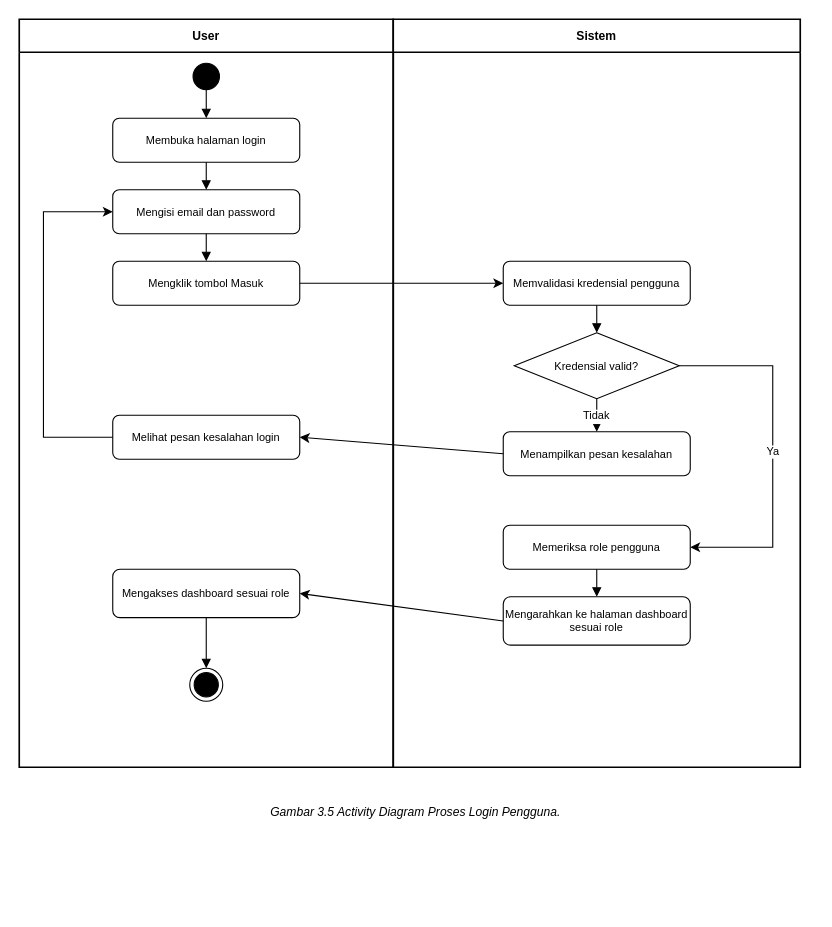
evelleura/shi-dashboard keeps this draw.io diagram as diagram/ai/Activity/AD_LOGIN.drawio. Above is the earlier version. Source tidied: cells renumbered, new cells numbered last; positions are measured from the earlier drawing's top-left corner, leaving out a move shared by most shapes. Both pictures are drawn from the tidied source at 110%, with x=0, y=0 at pixel (19, 19).
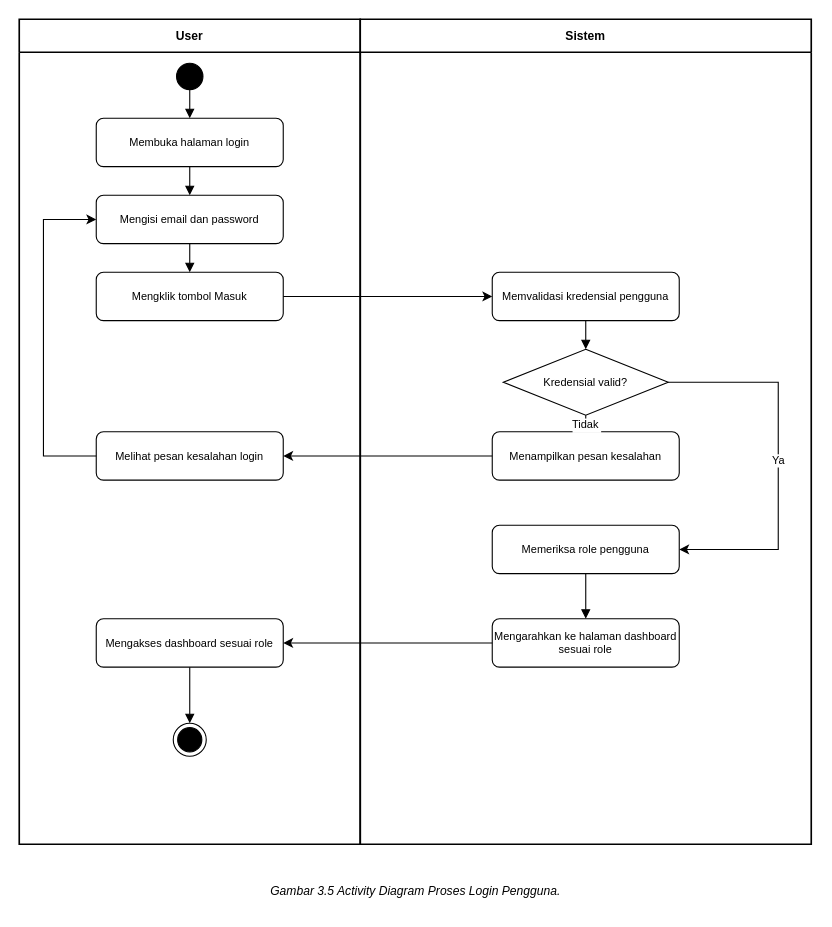
The same page after the edit.

Change to the diagram source:
```diff
@@
     <mxCell id="2" value="User" style="swimlane;startSize=30;fillColor=#FFFFFF;strokeColor=#000000;strokeWidth=1.5;fontSize=11;fontStyle=1;fontColor=#000000;" parent="1" vertex="1">
-      <mxGeometry width="340" height="680" as="geometry" />
+      <mxGeometry width="310" height="750" as="geometry" />
     </mxCell>
-    <mxCell id="3" style="ellipse;fillColor=#000000;strokeColor=#000000;strokeWidth=1;" parent="2" vertex="1">
-      <mxGeometry x="158" y="40" width="24" height="24" as="geometry" />
-    </mxCell>
+    <mxCell id="29" style="ellipse;fillColor=#000000;strokeColor=#000000;strokeWidth=1;" parent="2" vertex="1">
+      <mxGeometry x="143" y="40" width="24" height="24" as="geometry" />
+    </mxCell>
     <mxCell id="4" value="Membuka halaman login" style="rounded=1;whiteSpace=wrap;html=1;fillColor=#FFFFFF;strokeColor=#000000;strokeWidth=1;fontSize=10;fontColor=#000000;" parent="2" vertex="1">
-      <mxGeometry x="85" y="90" width="170" height="40" as="geometry" />
+      <mxGeometry x="70" y="90" width="170" height="44" as="geometry" />
     </mxCell>
     <mxCell id="5" value="Mengisi email dan password" style="rounded=1;whiteSpace=wrap;html=1;fillColor=#FFFFFF;strokeColor=#000000;strokeWidth=1;fontSize=10;fontColor=#000000;" parent="2" vertex="1">
-      <mxGeometry x="85" y="155" width="170" height="40" as="geometry" />
+      <mxGeometry x="70" y="160" width="170" height="44" as="geometry" />
     </mxCell>
     <mxCell id="6" value="Mengklik tombol Masuk" style="rounded=1;whiteSpace=wrap;html=1;fillColor=#FFFFFF;strokeColor=#000000;strokeWidth=1;fontSize=10;fontColor=#000000;" parent="2" vertex="1">
-      <mxGeometry x="85" y="220" width="170" height="40" as="geometry" />
+      <mxGeometry x="70" y="230" width="170" height="44" as="geometry" />
     </mxCell>
     <mxCell id="7" value="Melihat pesan kesalahan login" style="rounded=1;whiteSpace=wrap;html=1;fillColor=#FFFFFF;strokeColor=#000000;strokeWidth=1;fontSize=10;fontColor=#000000;" parent="2" vertex="1">
-      <mxGeometry x="85" y="360" width="170" height="40" as="geometry" />
+      <mxGeometry x="70" y="375" width="170" height="44" as="geometry" />
     </mxCell>
     <mxCell id="8" value="Mengakses dashboard sesuai role" style="rounded=1;whiteSpace=wrap;html=1;fillColor=#FFFFFF;strokeColor=#000000;strokeWidth=1;fontSize=10;fontColor=#000000;" parent="2" vertex="1">
-      <mxGeometry x="85" y="500" width="170" height="44" as="geometry" />
+      <mxGeometry x="70" y="545" width="170" height="44" as="geometry" />
     </mxCell>
-    <mxCell id="9" style="ellipse;html=1;shape=endState;fillColor=strokeColor;" parent="2" vertex="1">
-      <mxGeometry x="155" y="590" width="30" height="30" as="geometry" />
-    </mxCell>
+    <mxCell id="30" style="ellipse;html=1;shape=endState;fillColor=strokeColor;" parent="2" vertex="1">
+      <mxGeometry x="140" y="640" width="30" height="30" as="geometry" />
+    </mxCell>
     <mxCell id="10" value="Sistem" style="swimlane;startSize=30;fillColor=#FFFFFF;strokeColor=#000000;strokeWidth=1.5;fontSize=11;fontStyle=1;fontColor=#000000;" parent="1" vertex="1">
-      <mxGeometry x="340" width="370" height="680" as="geometry" />
+      <mxGeometry x="310" width="410" height="750" as="geometry" />
     </mxCell>
     <mxCell id="11" value="Memvalidasi kredensial pengguna" style="rounded=1;whiteSpace=wrap;html=1;fillColor=#FFFFFF;strokeColor=#000000;strokeWidth=1;fontSize=10;fontColor=#000000;" parent="10" vertex="1">
-      <mxGeometry x="100" y="220" width="170" height="40" as="geometry" />
+      <mxGeometry x="120" y="230" width="170" height="44" as="geometry" />
     </mxCell>
     <mxCell id="12" value="Kredensial valid?" style="rhombus;whiteSpace=wrap;html=1;fillColor=#FFFFFF;strokeColor=#000000;strokeWidth=1;fontSize=10;fontColor=#000000;" parent="10" vertex="1">
-      <mxGeometry x="110" y="285" width="150" height="60" as="geometry" />
+      <mxGeometry x="130" y="300" width="150" height="60" as="geometry" />
     </mxCell>
     <mxCell id="13" value="Menampilkan pesan kesalahan" style="rounded=1;whiteSpace=wrap;html=1;fillColor=#FFFFFF;strokeColor=#000000;strokeWidth=1;fontSize=10;fontColor=#000000;" parent="10" vertex="1">
-      <mxGeometry x="100" y="375" width="170" height="40" as="geometry" />
+      <mxGeometry x="120" y="375" width="170" height="44" as="geometry" />
     </mxCell>
     <mxCell id="14" value="Memeriksa role pengguna" style="rounded=1;whiteSpace=wrap;html=1;fillColor=#FFFFFF;strokeColor=#000000;strokeWidth=1;fontSize=10;fontColor=#000000;" parent="10" vertex="1">
-      <mxGeometry x="100" y="460" width="170" height="40" as="geometry" />
+      <mxGeometry x="120" y="460" width="170" height="44" as="geometry" />
     </mxCell>
     <mxCell id="15" value="Mengarahkan ke halaman dashboard sesuai role" style="rounded=1;whiteSpace=wrap;html=1;fillColor=#FFFFFF;strokeColor=#000000;strokeWidth=1;fontSize=10;fontColor=#000000;" parent="10" vertex="1">
-      <mxGeometry x="100" y="525" width="170" height="44" as="geometry" />
+      <mxGeometry x="120" y="545" width="170" height="44" as="geometry" />
     </mxCell>
-    <mxCell id="16" style="endArrow=block;endFill=1;strokeColor=#000000;strokeWidth=1;exitX=0.5;exitY=1;exitDx=0;exitDy=0;entryX=0.5;entryY=0;entryDx=0;entryDy=0;" parent="2" edge="1" source="3" target="4">
+    <mxCell id="16" style="endArrow=block;endFill=1;strokeColor=#000000;strokeWidth=1;exitX=0.5;exitY=1;entryX=0.5;entryY=0;" parent="2" edge="1" source="29" target="4">
       <mxGeometry relative="1" as="geometry" />
     </mxCell>
-    <mxCell id="17" style="endArrow=block;endFill=1;strokeColor=#000000;strokeWidth=1;exitX=0.5;exitY=1;exitDx=0;exitDy=0;entryX=0.5;entryY=0;entryDx=0;entryDy=0;" parent="2" edge="1" source="4" target="5">
+    <mxCell id="17" style="endArrow=block;endFill=1;strokeColor=#000000;strokeWidth=1;exitX=0.5;exitY=1;entryX=0.5;entryY=0;" parent="2" edge="1" source="4" target="5">
       <mxGeometry relative="1" as="geometry" />
     </mxCell>
-    <mxCell id="18" style="endArrow=block;endFill=1;strokeColor=#000000;strokeWidth=1;exitX=0.5;exitY=1;exitDx=0;exitDy=0;entryX=0.5;entryY=0;entryDx=0;entryDy=0;" parent="2" edge="1" source="5" target="6">
+    <mxCell id="18" style="endArrow=block;endFill=1;strokeColor=#000000;strokeWidth=1;exitX=0.5;exitY=1;entryX=0.5;entryY=0;" parent="2" edge="1" source="5" target="6">
       <mxGeometry relative="1" as="geometry" />
     </mxCell>
-    <mxCell id="19" style="endArrow=classic;html=1;rounded=0;strokeColor=#000000;strokeWidth=1;exitX=0;exitY=0.5;exitDx=0;exitDy=0;entryX=0;entryY=0.5;entryDx=0;entryDy=0;" parent="2" edge="1" source="7" target="5">
+    <mxCell id="19" style="endArrow=classic;html=1;rounded=0;strokeColor=#000000;strokeWidth=1;exitX=0;exitY=0.5;entryX=0;entryY=0.5;" parent="2" edge="1" source="7" target="5">
       <mxGeometry relative="1" as="geometry">
         <Array as="points">
-          <mxPoint x="22" y="380" />
-          <mxPoint x="22" y="175" />
+          <mxPoint x="22" y="397" />
+          <mxPoint x="22" y="182" />
         </Array>
       </mxGeometry>
     </mxCell>
-    <mxCell id="20" style="endArrow=block;endFill=1;strokeColor=#000000;strokeWidth=1;exitX=0.5;exitY=1;exitDx=0;exitDy=0;entryX=0.5;entryY=0;entryDx=0;entryDy=0;" parent="2" edge="1" source="8" target="9">
+    <mxCell id="20" style="endArrow=block;endFill=1;strokeColor=#000000;strokeWidth=1;exitX=0.5;exitY=1;entryX=0.5;entryY=0;" parent="2" edge="1" source="8" target="30">
       <mxGeometry relative="1" as="geometry" />
     </mxCell>
-    <mxCell id="21" style="endArrow=block;endFill=1;strokeColor=#000000;strokeWidth=1;exitX=0.5;exitY=1;exitDx=0;exitDy=0;entryX=0.5;entryY=0;entryDx=0;entryDy=0;" parent="10" edge="1" source="11" target="12">
+    <mxCell id="21" style="endArrow=block;endFill=1;strokeColor=#000000;strokeWidth=1;exitX=0.5;exitY=1;entryX=0.5;entryY=0;" parent="10" edge="1" source="11" target="12">
       <mxGeometry relative="1" as="geometry" />
     </mxCell>
-    <mxCell id="22" value="Tidak" style="endArrow=block;endFill=1;strokeColor=#000000;strokeWidth=1;fontSize=10;fontColor=#000000;exitX=0.5;exitY=1;exitDx=0;exitDy=0;entryX=0.5;entryY=0;entryDx=0;entryDy=0;" parent="10" edge="1" source="12" target="13">
+    <mxCell id="22" value="Tidak" style="endArrow=block;endFill=1;strokeColor=#000000;strokeWidth=1;fontSize=10;fontColor=#000000;exitX=0.5;exitY=1;entryX=0.5;entryY=0;" parent="10" edge="1" source="12" target="13">
       <mxGeometry relative="1" as="geometry" />
     </mxCell>
-    <mxCell id="23" value="Ya" style="endArrow=classic;html=1;rounded=0;strokeColor=#000000;strokeWidth=1;fontSize=10;fontColor=#000000;exitX=1;exitY=0.5;exitDx=0;exitDy=0;entryX=1;entryY=0.5;entryDx=0;entryDy=0;" parent="10" edge="1" source="12" target="14">
+    <mxCell id="23" value="Ya" style="endArrow=classic;html=1;rounded=0;strokeColor=#000000;strokeWidth=1;fontSize=10;fontColor=#000000;exitX=1;exitY=0.5;entryX=1;entryY=0.5;" parent="10" edge="1" source="12" target="14">
       <mxGeometry relative="1" as="geometry">
         <Array as="points">
-          <mxPoint x="345" y="315" />
-          <mxPoint x="345" y="480" />
+          <mxPoint x="380" y="330" />
+          <mxPoint x="380" y="482" />
         </Array>
       </mxGeometry>
     </mxCell>
-    <mxCell id="24" style="endArrow=block;endFill=1;strokeColor=#000000;strokeWidth=1;exitX=0.5;exitY=1;exitDx=0;exitDy=0;entryX=0.5;entryY=0;entryDx=0;entryDy=0;" parent="10" edge="1" source="14" target="15">
+    <mxCell id="24" style="endArrow=block;endFill=1;strokeColor=#000000;strokeWidth=1;exitX=0.5;exitY=1;entryX=0.5;entryY=0;" parent="10" edge="1" source="14" target="15">
       <mxGeometry relative="1" as="geometry" />
     </mxCell>
-    <mxCell id="25" style="endArrow=classic;html=1;rounded=0;strokeColor=#000000;strokeWidth=1;exitX=1;exitY=0.5;exitDx=0;exitDy=0;entryX=0;entryY=0.5;entryDx=0;entryDy=0;" parent="1" edge="1" source="6" target="11">
+    <mxCell id="25" style="endArrow=classic;html=1;rounded=0;strokeColor=#000000;strokeWidth=1;exitX=1;exitY=0.5;entryX=0;entryY=0.5;" parent="1" edge="1" source="6" target="11">
       <mxGeometry relative="1" as="geometry" />
     </mxCell>
-    <mxCell id="26" style="endArrow=classic;html=1;rounded=0;strokeColor=#000000;strokeWidth=1;exitX=0;exitY=0.5;exitDx=0;exitDy=0;entryX=1;entryY=0.5;entryDx=0;entryDy=0;" parent="1" edge="1" source="13" target="7">
+    <mxCell id="26" style="endArrow=classic;html=1;rounded=0;strokeColor=#000000;strokeWidth=1;exitX=0;exitY=0.5;entryX=1;entryY=0.5;" parent="1" edge="1" source="13" target="7">
       <mxGeometry relative="1" as="geometry" />
     </mxCell>
-    <mxCell id="27" style="endArrow=classic;html=1;rounded=0;strokeColor=#000000;strokeWidth=1;exitX=0;exitY=0.5;exitDx=0;exitDy=0;entryX=1;entryY=0.5;entryDx=0;entryDy=0;" parent="1" edge="1" source="15" target="8">
+    <mxCell id="27" style="endArrow=classic;html=1;rounded=0;strokeColor=#000000;strokeWidth=1;exitX=0;exitY=0.5;entryX=1;entryY=0.5;" parent="1" edge="1" source="15" target="8">
       <mxGeometry relative="1" as="geometry" />
     </mxCell>
     <mxCell id="28" value="Gambar 3.5 Activity Diagram Proses Login Pengguna." style="text;html=1;align=center;verticalAlign=middle;strokeColor=none;fillColor=none;fontStyle=2;fontSize=11;fontColor=#000000;" parent="1" vertex="1">
-      <mxGeometry y="706" width="720" height="30" as="geometry" />
+      <mxGeometry y="778" width="720" height="30" as="geometry" />
     </mxCell>
```
